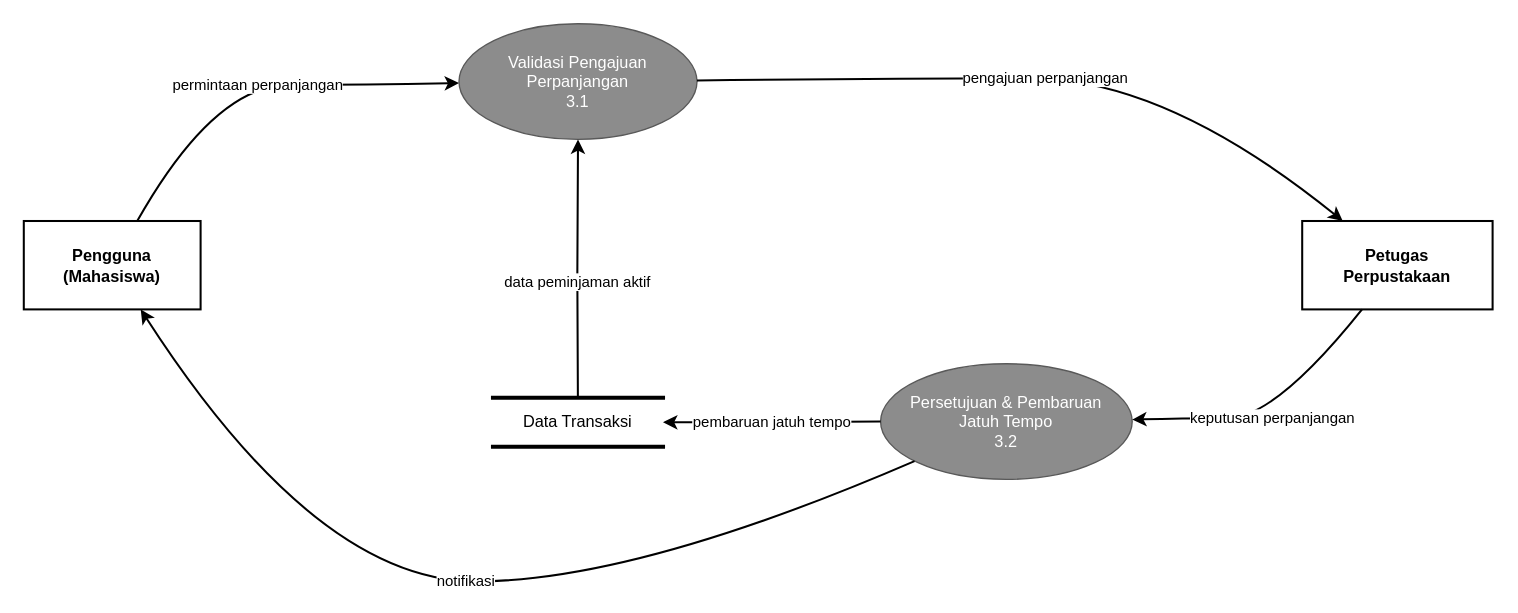
The draw.io diagram lvl1 perpanjangan.drawio in ding317/ding317, before the edit. Source tidied: cells renumbered, new cells numbered last; positions are measured from the earlier drawing's top-left corner, leaving out a move shared by most shapes. Both pictures are drawn from the tidied source at 136%, with x=0, y=0 at pixel (23, 23).
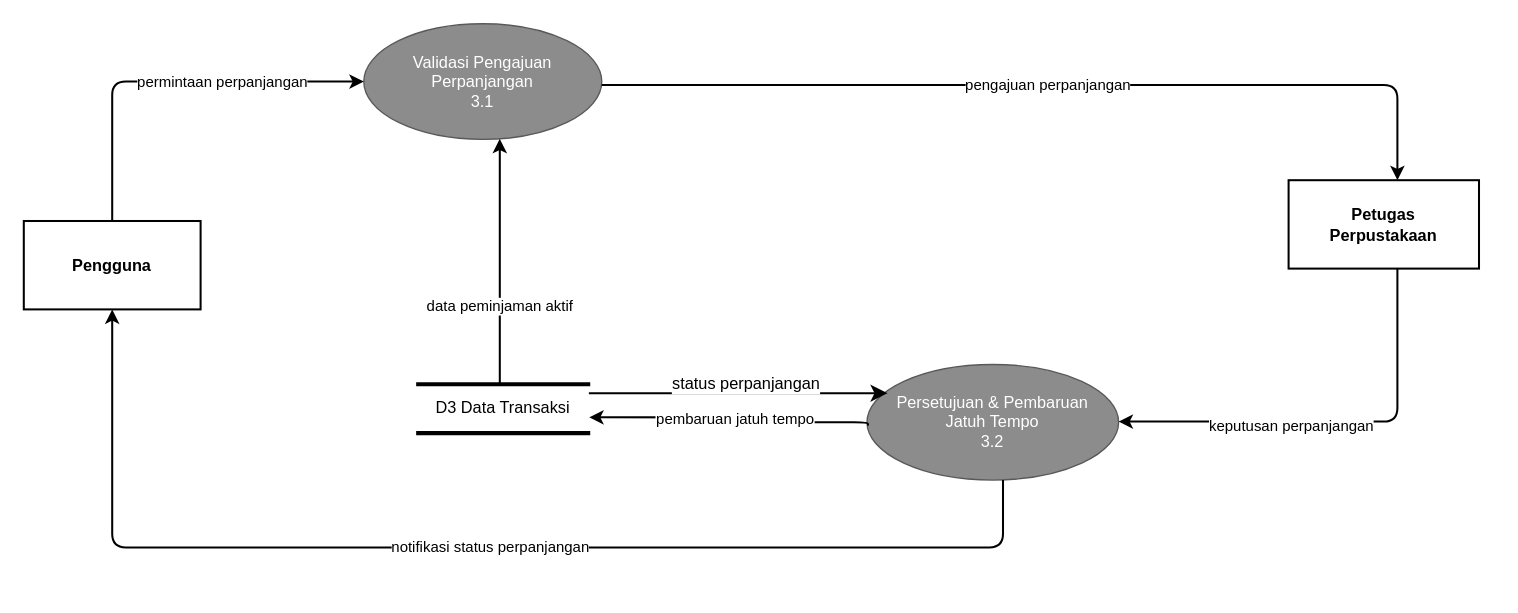
The same diagram, later.

The edit, as a diff of the source:
```diff
@@
-    <mxCell id="2" value="Pengguna&lt;br&gt;(Mahasiswa)" style="rounded=0;whiteSpace=wrap;html=1;fillColor=#FFFFFF;strokeColor=#000000;strokeWidth=1.5;fontColor=#000000;fontSize=12;fontStyle=1;" parent="1" vertex="1">
+    <mxCell id="2" value="Pengguna" style="rounded=0;whiteSpace=wrap;html=1;fillColor=#FFFFFF;strokeColor=#000000;strokeWidth=1.5;fontColor=#000000;fontSize=12;fontStyle=1;" parent="1" vertex="1">
       <mxGeometry y="145" width="130" height="65" as="geometry" />
     </mxCell>
     <mxCell id="3" value="Petugas&lt;br&gt;Perpustakaan" style="rounded=0;whiteSpace=wrap;html=1;fillColor=#FFFFFF;strokeColor=#000000;strokeWidth=1.5;fontColor=#000000;fontSize=12;fontStyle=1;" parent="1" vertex="1">
-      <mxGeometry x="940" y="145" width="140" height="65" as="geometry" />
+      <mxGeometry x="930" y="115" width="140" height="65" as="geometry" />
     </mxCell>
     <mxCell id="4" value="Validasi Pengajuan&lt;br&gt;Perpanjangan&lt;br&gt;3.1" style="ellipse;whiteSpace=wrap;html=1;fillColor=#8C8C8C;strokeColor=#595959;fontColor=#FFFFFF;fontSize=12;" parent="1" vertex="1">
-      <mxGeometry x="320" width="175" height="85" as="geometry" />
+      <mxGeometry x="250" width="175" height="85" as="geometry" />
     </mxCell>
     <mxCell id="5" value="Persetujuan &amp; Pembaruan&lt;br&gt;Jatuh Tempo&lt;br&gt;3.2" style="ellipse;whiteSpace=wrap;html=1;fillColor=#8C8C8C;strokeColor=#595959;fontColor=#FFFFFF;fontSize=12;" parent="1" vertex="1">
-      <mxGeometry x="630" y="250" width="185" height="85" as="geometry" />
+      <mxGeometry x="620" y="250.5" width="185" height="85" as="geometry" />
     </mxCell>
-    <mxCell id="6" value="Data Transaksi" style="shape=partialRectangle;whiteSpace=wrap;html=1;top=1;bottom=1;left=0;right=0;strokeWidth=3;strokeColor=#000000;fillColor=none;fontColor=#000000;fontSize=12;" parent="1" vertex="1">
-      <mxGeometry x="345" y="275" width="125" height="36" as="geometry" />
+    <mxCell id="6" value="D3 Data Transaksi" style="shape=partialRectangle;whiteSpace=wrap;html=1;top=1;bottom=1;left=0;right=0;strokeWidth=3;strokeColor=#000000;fillColor=none;fontColor=#000000;fontSize=12;" parent="1" vertex="1">
+      <mxGeometry x="290" y="265" width="125" height="36" as="geometry" />
     </mxCell>
-    <mxCell id="7" value="permintaan perpanjangan" style="curved=1;endArrow=classic;html=1;strokeWidth=1.5;strokeColor=#000000;fontColor=#000000;fontSize=11;labelBackgroundColor=#FFFFFF;" parent="1" edge="1" source="2" target="4">
-      <mxGeometry relative="1" as="geometry">
+    <mxCell id="7" value="permintaan perpanjangan" style="endArrow=classic;html=1;strokeWidth=1.5;strokeColor=#000000;fontColor=#000000;fontSize=11;labelBackgroundColor=#FFFFFF;edgeStyle=orthogonalEdgeStyle;" parent="1" edge="1" source="2" target="4">
+      <mxGeometry x="0.27" relative="1" as="geometry">
         <Array as="points">
-          <mxPoint x="140" y="45" />
-          <mxPoint x="250" y="45" />
+          <mxPoint x="65" y="42.5" />
         </Array>
       </mxGeometry>
     </mxCell>
-    <mxCell id="8" value="data peminjaman aktif" style="curved=1;endArrow=classic;html=1;strokeWidth=1.5;strokeColor=#000000;fontColor=#000000;fontSize=11;labelBackgroundColor=#FFFFFF;" parent="1" edge="1" source="6" target="4">
-      <mxGeometry relative="1" as="geometry">
+    <mxCell id="8" value="data peminjaman aktif" style="endArrow=classic;html=1;strokeWidth=1.5;strokeColor=#000000;fontColor=#000000;fontSize=11;labelBackgroundColor=#FFFFFF;edgeStyle=orthogonalEdgeStyle;" parent="1" edge="1" source="6" target="4">
+      <mxGeometry x="-0.37" relative="1" as="geometry">
         <Array as="points">
-          <mxPoint x="407" y="175" />
-          <mxPoint x="407" y="195" />
+          <mxPoint x="350" y="145" />
+          <mxPoint x="350" y="145" />
         </Array>
       </mxGeometry>
     </mxCell>
-    <mxCell id="9" value="pengajuan perpanjangan" style="curved=1;endArrow=classic;html=1;strokeWidth=1.5;strokeColor=#000000;fontColor=#000000;fontSize=11;labelBackgroundColor=#FFFFFF;" parent="1" edge="1" source="4" target="3">
+    <mxCell id="9" value="pengajuan perpanjangan" style="endArrow=classic;html=1;strokeWidth=1.5;strokeColor=#000000;fontColor=#000000;fontSize=11;labelBackgroundColor=#FFFFFF;edgeStyle=orthogonalEdgeStyle;" parent="1" edge="1" source="4" target="3">
       <mxGeometry relative="1" as="geometry">
         <Array as="points">
-          <mxPoint x="640" y="40" />
-          <mxPoint x="840" y="40" />
+          <mxPoint x="1010" y="45" />
         </Array>
       </mxGeometry>
     </mxCell>
-    <mxCell id="10" value="keputusan perpanjangan" style="curved=1;endArrow=classic;html=1;strokeWidth=1.5;strokeColor=#000000;fontColor=#000000;fontSize=11;labelBackgroundColor=#FFFFFF;" parent="1" edge="1" source="3" target="5">
-      <mxGeometry relative="1" as="geometry">
+    <mxCell id="10" value="keputusan perpanjangan" style="endArrow=classic;html=1;strokeWidth=1.5;strokeColor=#000000;fontColor=#000000;fontSize=11;labelBackgroundColor=#FFFFFF;edgeStyle=orthogonalEdgeStyle;" parent="1" edge="1" source="3" target="5">
+      <mxGeometry x="0.21" y="3" relative="1" as="geometry">
         <Array as="points">
-          <mxPoint x="920" y="290" />
-          <mxPoint x="850" y="290" />
+          <mxPoint x="1010" y="292.5" />
         </Array>
+        <mxPoint x="1" as="offset" />
       </mxGeometry>
     </mxCell>
-    <mxCell id="11" value="pembaruan jatuh tempo" style="curved=1;endArrow=classic;html=1;strokeWidth=1.5;strokeColor=#000000;fontColor=#000000;fontSize=11;labelBackgroundColor=#FFFFFF;" parent="1" edge="1" source="5" target="6">
-      <mxGeometry relative="1" as="geometry">
+    <mxCell id="11" value="pembaruan jatuh tempo" style="endArrow=classic;html=1;strokeWidth=1.5;strokeColor=#000000;fontColor=#000000;fontSize=11;labelBackgroundColor=#FFFFFF;edgeStyle=orthogonalEdgeStyle;exitX=0.004;exitY=0.529;exitDx=0;exitDy=0;exitPerimeter=0;entryX=1.006;entryY=0.677;entryDx=0;entryDy=0;entryPerimeter=0;" parent="1" edge="1" source="5" target="6">
+      <mxGeometry x="-0.05" y="-2" relative="1" as="geometry">
         <Array as="points">
-          <mxPoint x="575" y="293" />
-          <mxPoint x="520" y="293" />
+          <mxPoint x="620.7" y="293" />
+          <mxPoint x="517.5" y="293" />
+          <mxPoint x="517.5" y="289.4" />
         </Array>
       </mxGeometry>
     </mxCell>
-    <mxCell id="12" value="notifikasi" style="curved=1;endArrow=classic;html=1;strokeWidth=1.5;strokeColor=#000000;fontColor=#000000;fontSize=11;labelBackgroundColor=#FFFFFF;" parent="1" edge="1" source="5" target="2">
-      <mxGeometry relative="1" as="geometry">
+    <mxCell id="12" value="notifikasi status perpanjangan" style="endArrow=classic;html=1;strokeWidth=1.5;strokeColor=#000000;fontColor=#000000;fontSize=11;labelBackgroundColor=#FFFFFF;edgeStyle=orthogonalEdgeStyle;" parent="1" edge="1" source="5" target="2">
+      <mxGeometry x="-0.03" relative="1" as="geometry">
         <Array as="points">
-          <mxPoint x="450" y="410" />
-          <mxPoint x="215" y="410" />
+          <mxPoint x="720" y="385" />
+          <mxPoint x="65" y="385" />
         </Array>
       </mxGeometry>
     </mxCell>
+    <mxCell id="13" style="edgeStyle=orthogonalEdgeStyle;rounded=1;jettySize=auto;html=1;exitX=1.004;exitY=0.183;exitDx=0;exitDy=0;exitPerimeter=0;fontSize=12;defaultLabelBackgroundColor=page;labelPadding=0 4;startSize=6;endSize=8;curved=0;strokeWidth=1.5;entryX=0.082;entryY=0.248;entryDx=0;entryDy=0;entryPerimeter=0;" parent="1" edge="1" source="6" target="5">
+      <mxGeometry x="0.02" relative="1" as="geometry" />
+    </mxCell>
+    <mxCell id="14" value="status perpanjangan" style="edgeLabel;html=1;align=center;verticalAlign=middle;inheritText=1;fontSize=12;defaultLabelBackgroundColor=page;labelPadding=0 4;" parent="13" vertex="1">
+      <mxGeometry x="-0.66" y="-1" relative="1" as="geometry">
+        <mxPoint x="78" y="-8" as="offset" />
+      </mxGeometry>
+    </mxCell>
```
